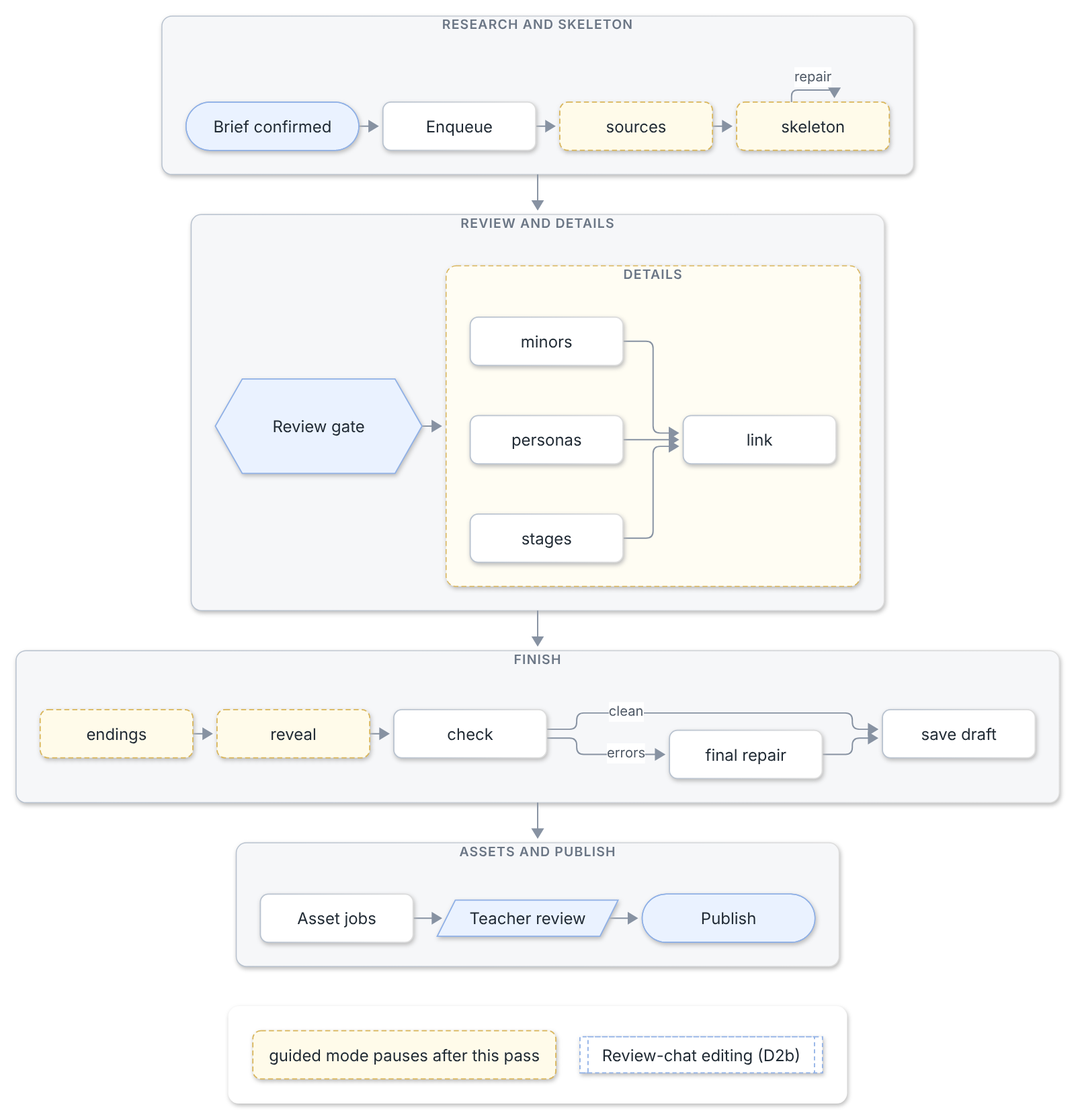
damiancxliew/CS3216_Assignment3 keeps this Mermaid diagram as docs/diagrams/png/d2-generation-pipeline.png. Above is the earlier version. Its source is kept beside it as docs/diagrams/d2-generation-pipeline.mmd.
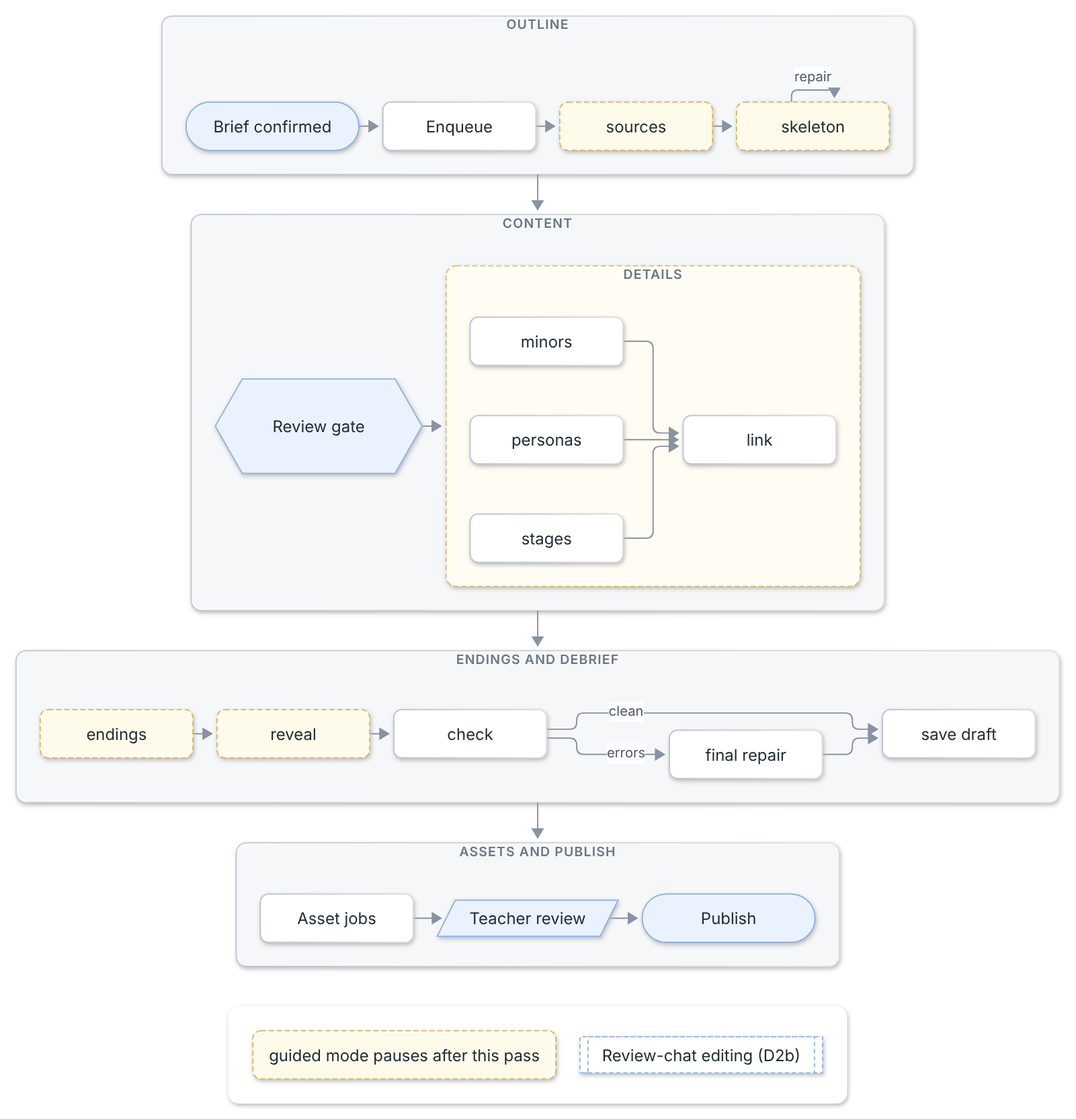
After the commit.

Commit message:
docs: name D2 rows by what each produces

Change to the diagram source:
```diff
@@ -1,11 +1,11 @@
 flowchart TB
-  subgraph R1["Research and skeleton"]
+  subgraph R1["Outline"]
     direction LR
     BRIEF(["Brief confirmed"]) --> ENQ["Enqueue"] --> SRC["sources"] --> SK["skeleton"]
     SK -->|repair| SK
   end
 
-  subgraph R2["Review and details"]
+  subgraph R2["Content"]
     direction LR
     GATE{{"Review gate"}}
     subgraph DET["details"]
@@ -15,7 +15,7 @@
     GATE --> DET
   end
 
-  subgraph R3["Finish"]
+  subgraph R3["Endings and debrief"]
     direction LR
     END["endings"] --> RV["reveal"] --> CHK["check"]
     CHK -->|errors| FR["final repair"] --> SAVE
```
